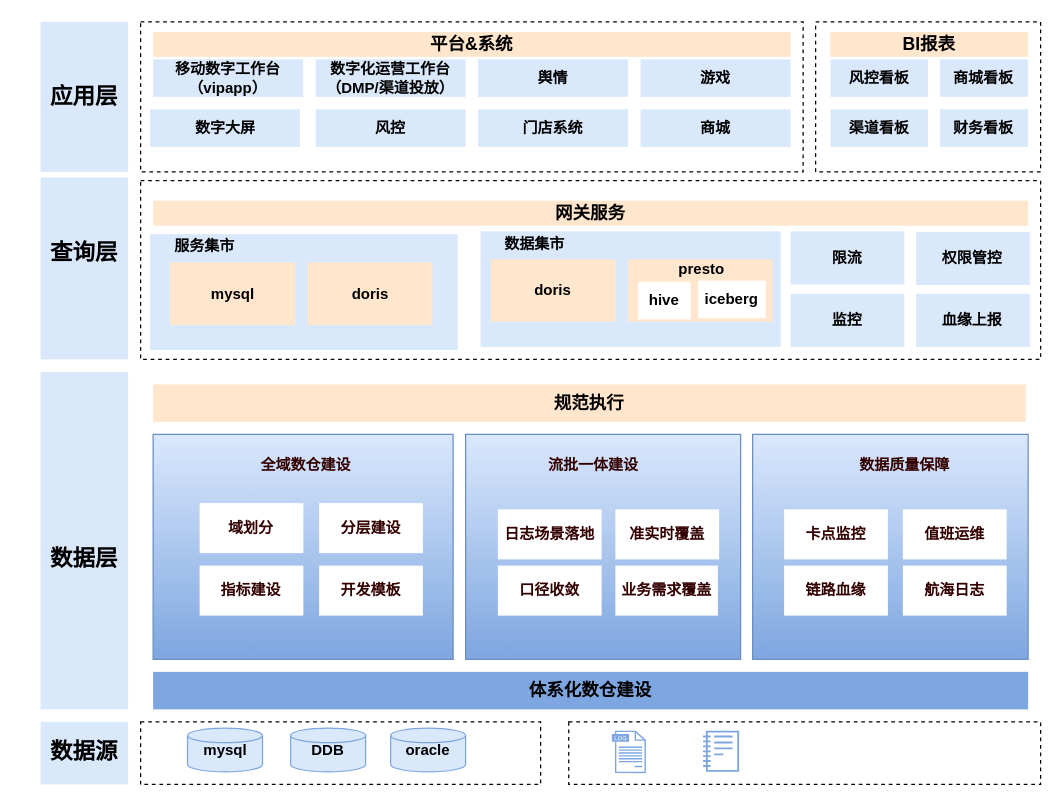
This is 流量模型设计.drawio from mineminemine123/work-wiki, a draw.io file, before an edit. Source tidied: cells renumbered, new cells numbered last; positions are measured from the earlier drawing's top-left corner, leaving out a move shared by most shapes. Both pictures are drawn from the tidied source at 125%, with x=0, y=0 at pixel (21, 21).
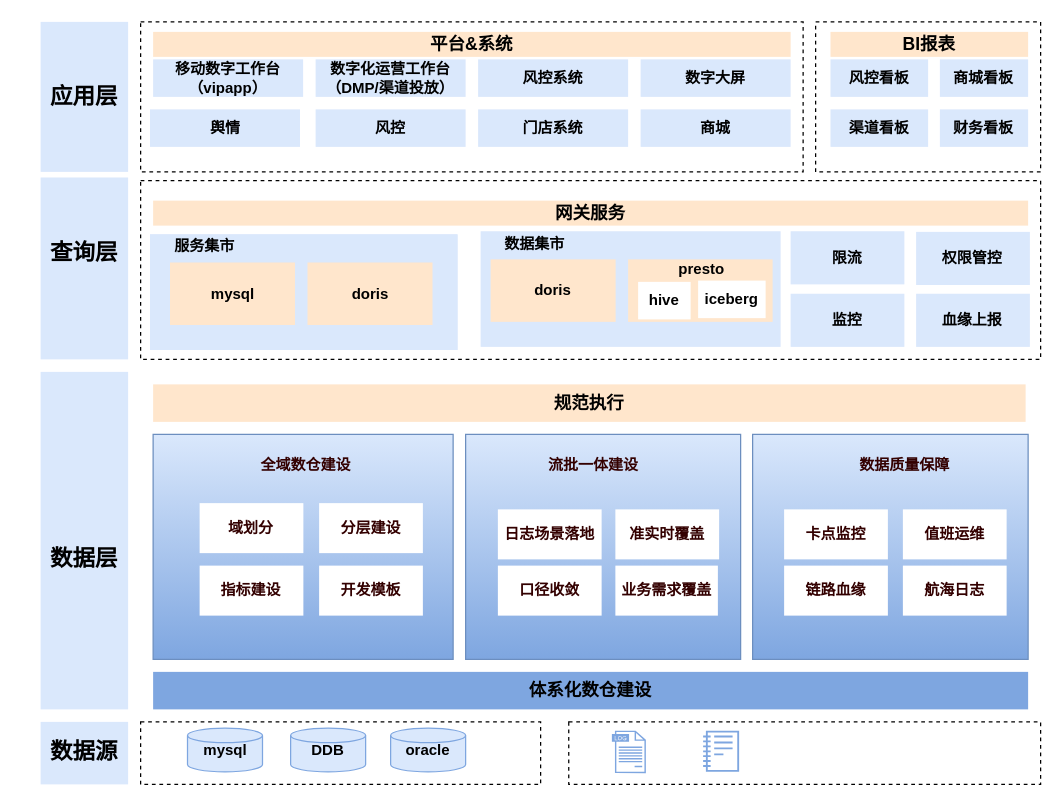
The same page after the edit.

Commit message (it also covers changes not shown here):
更新流量模型设计.drawio

The edit, as a diff of the source:
```diff
@@
-    <mxCell id="10" value="&lt;span&gt;数字大屏&lt;/span&gt;" style="rounded=0;whiteSpace=wrap;html=1;strokeColor=none;fillColor=#dae8fc;fontFamily=微软雅黑;fontStyle=1;" parent="1" vertex="1">
+    <mxCell id="10" value="舆情" style="rounded=0;whiteSpace=wrap;html=1;strokeColor=none;fillColor=#dae8fc;fontFamily=微软雅黑;fontStyle=1;" parent="1" vertex="1">
       <mxGeometry x="102.5" y="70" width="120" height="30" as="geometry" />
     </mxCell>
@@
-    <mxCell id="17" value="舆情" style="rounded=0;whiteSpace=wrap;html=1;strokeColor=none;fillColor=#dae8fc;fontFamily=微软雅黑;fontStyle=1;" parent="1" vertex="1">
+    <mxCell id="17" value="风控系统" style="rounded=0;whiteSpace=wrap;html=1;strokeColor=none;fillColor=#dae8fc;fontFamily=微软雅黑;fontStyle=1;" parent="1" vertex="1">
       <mxGeometry x="365" y="30" width="120" height="30" as="geometry" />
     </mxCell>
-    <mxCell id="18" value="游戏" style="rounded=0;whiteSpace=wrap;html=1;strokeColor=none;fillColor=#dae8fc;fontFamily=微软雅黑;fontStyle=1;" parent="1" vertex="1">
+    <mxCell id="18" value="数字大屏" style="rounded=0;whiteSpace=wrap;html=1;strokeColor=none;fillColor=#dae8fc;fontFamily=微软雅黑;fontStyle=1;" parent="1" vertex="1">
       <mxGeometry x="495" y="30" width="120" height="30" as="geometry" />
     </mxCell>
```
